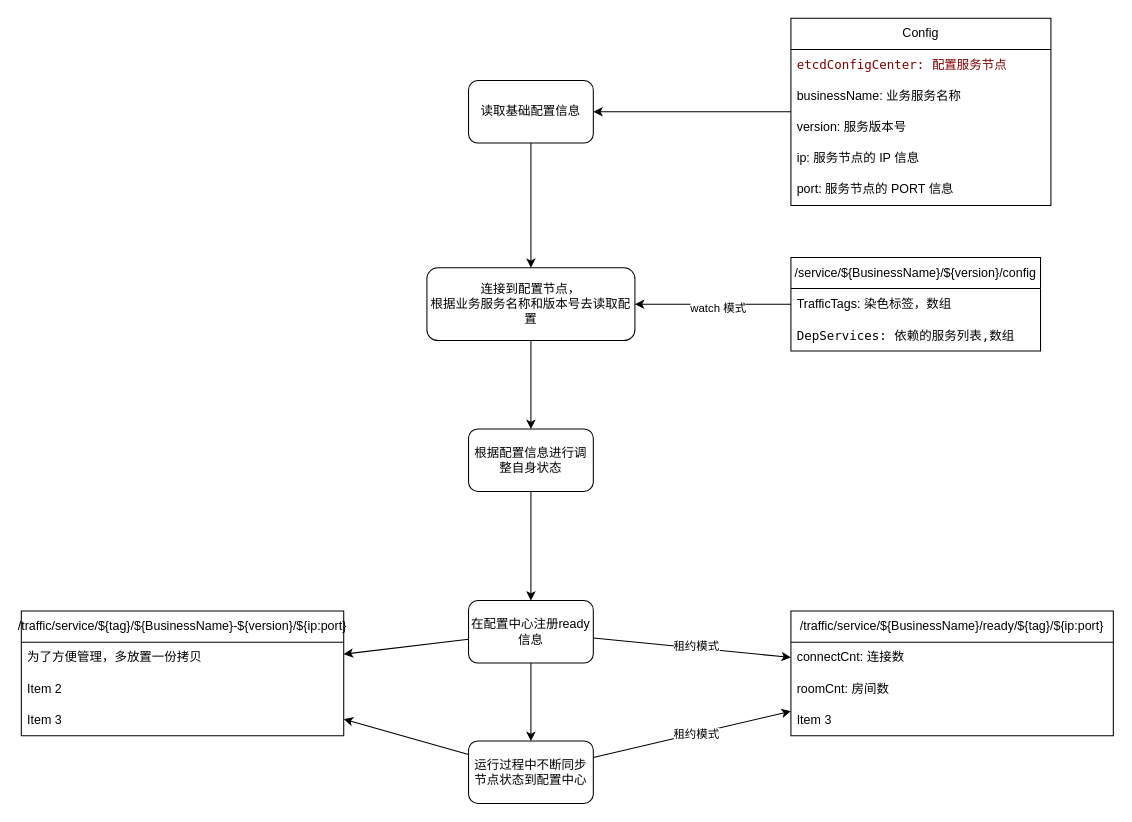
This is _docs/architect/loadConfig_updateState.drawio from ruandao/distribute-im-gateway, a draw.io file, before an edit. Source tidied: cells renumbered, new cells numbered last; positions are measured from the earlier drawing's top-left corner, leaving out a move shared by most shapes. Both pictures are drawn from the tidied source at 104%, with x=0, y=0 at pixel (21, 18).
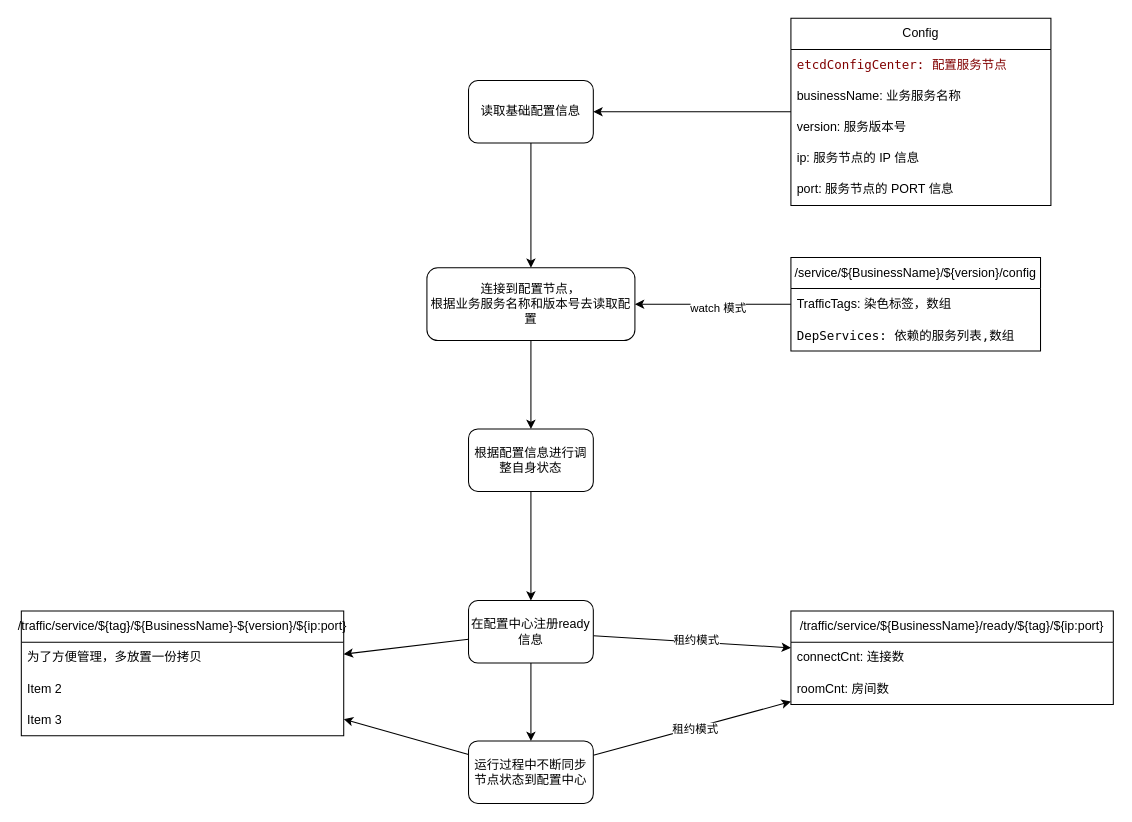
The same diagram, later.

Change to the diagram source:
```diff
@@
     <mxCell id="25" value="&lt;span style=&quot;color: rgb(0, 0, 0);&quot;&gt;/traffic/service/${BusinessName}/ready/${tag}/${ip:port}&lt;/span&gt;" style="swimlane;fontStyle=0;horizontal=1;startSize=30;whiteSpace=wrap;html=1;" parent="1" vertex="1">
-      <mxGeometry x="740" y="570" width="310" height="120" as="geometry" />
+      <mxGeometry x="740" y="570" width="310" height="90" as="geometry" />
     </mxCell>
@@
-    <mxCell id="28" value="Item 3" style="text;strokeColor=none;fillColor=none;align=left;verticalAlign=middle;spacingLeft=4;spacingRight=4;overflow=hidden;whiteSpace=wrap;html=1;" parent="25" vertex="1">
-      <mxGeometry y="90" width="310" height="30" as="geometry" />
-    </mxCell>
```
